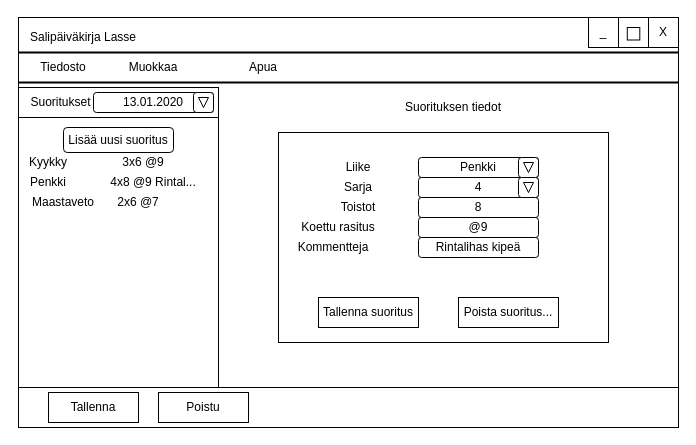
lssrty/Gymlog keeps this draw.io diagram as kuvat/sali suunnitelma.drawio. Above is the earlier version. Source tidied: cells renumbered, new cells numbered last; positions are measured from the earlier drawing's top-left corner, leaving out a move shared by most shapes. Both pictures are drawn from the tidied source at 100%, with x=0, y=0 at pixel (18, 17).
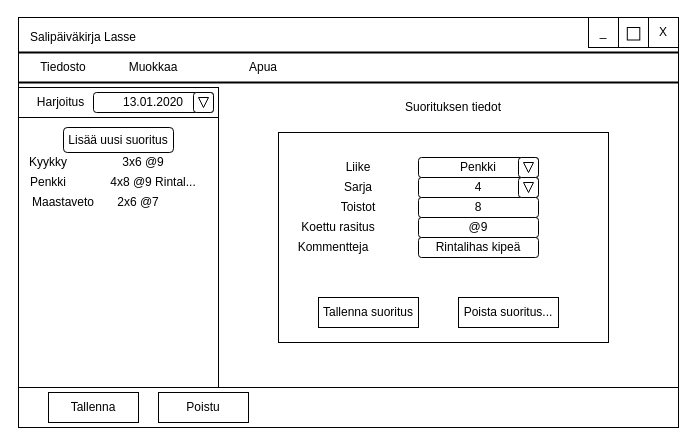
The same diagram, later.

Commit message (it also covers changes not shown here):
Muokattu nimityksiä suunnitelman kuvissa

What changed in the source:
```diff
@@
-    <mxCell id="36" value="Suoritukset" style="text;html=1;strokeColor=none;fillColor=none;align=center;verticalAlign=middle;whiteSpace=wrap;rounded=0;" parent="1" vertex="1">
+    <mxCell id="36" value="Harjoitus" style="text;html=1;strokeColor=none;fillColor=none;align=center;verticalAlign=middle;whiteSpace=wrap;rounded=0;" parent="1" vertex="1">
       <mxGeometry x="5" y="75" width="75" height="20" as="geometry" />
     </mxCell>
```
